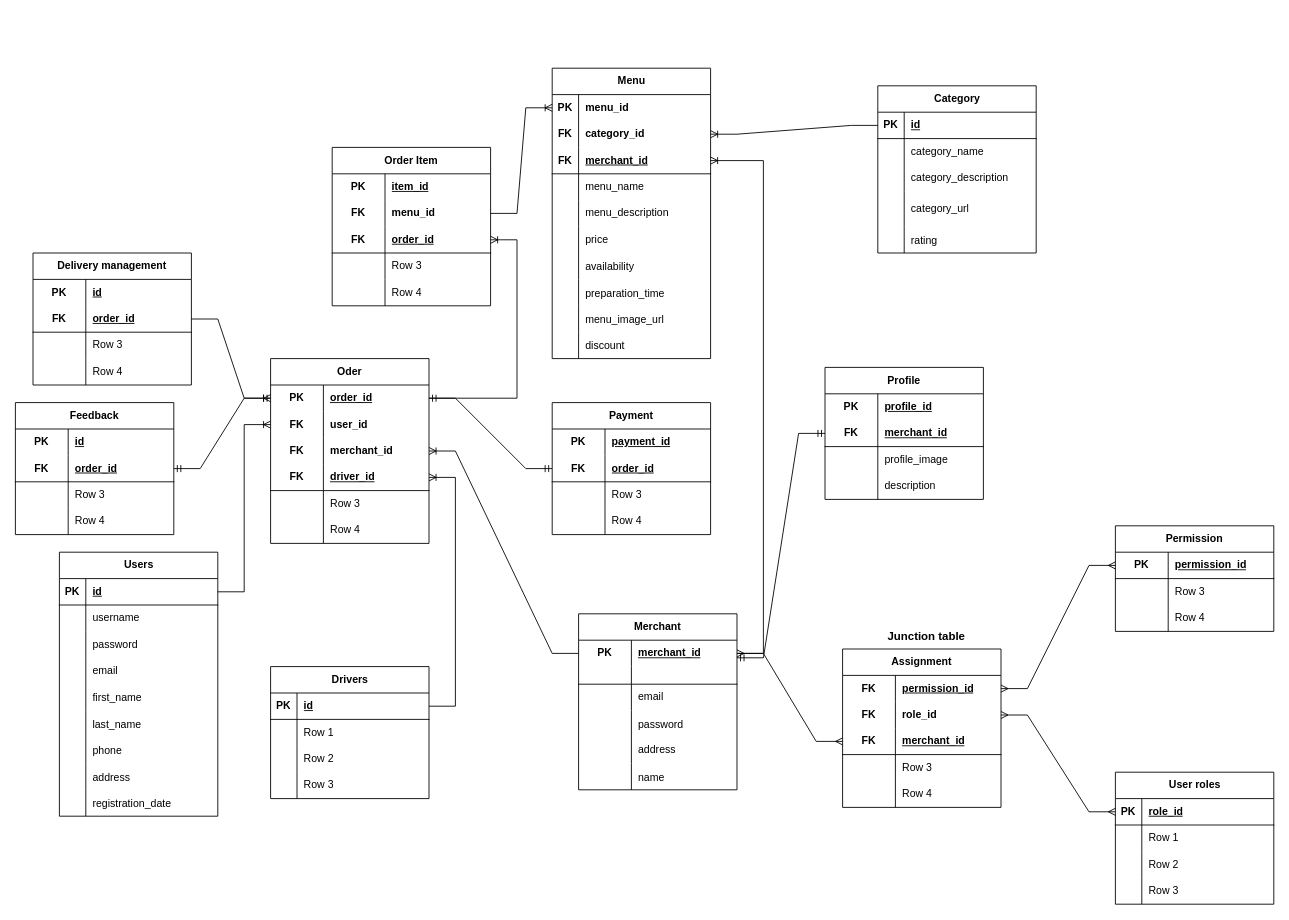
Henri280100/My-Order-App keeps this draw.io diagram as server/src/diagram/Untitled Diagram.drawio. Above is the earlier version. Source tidied: cells renumbered, new cells numbered last; positions are measured from the earlier drawing's top-left corner, leaving out a move shared by most shapes. Both pictures are drawn from the tidied source at 88%, with x=0, y=0 at pixel (15, -3).
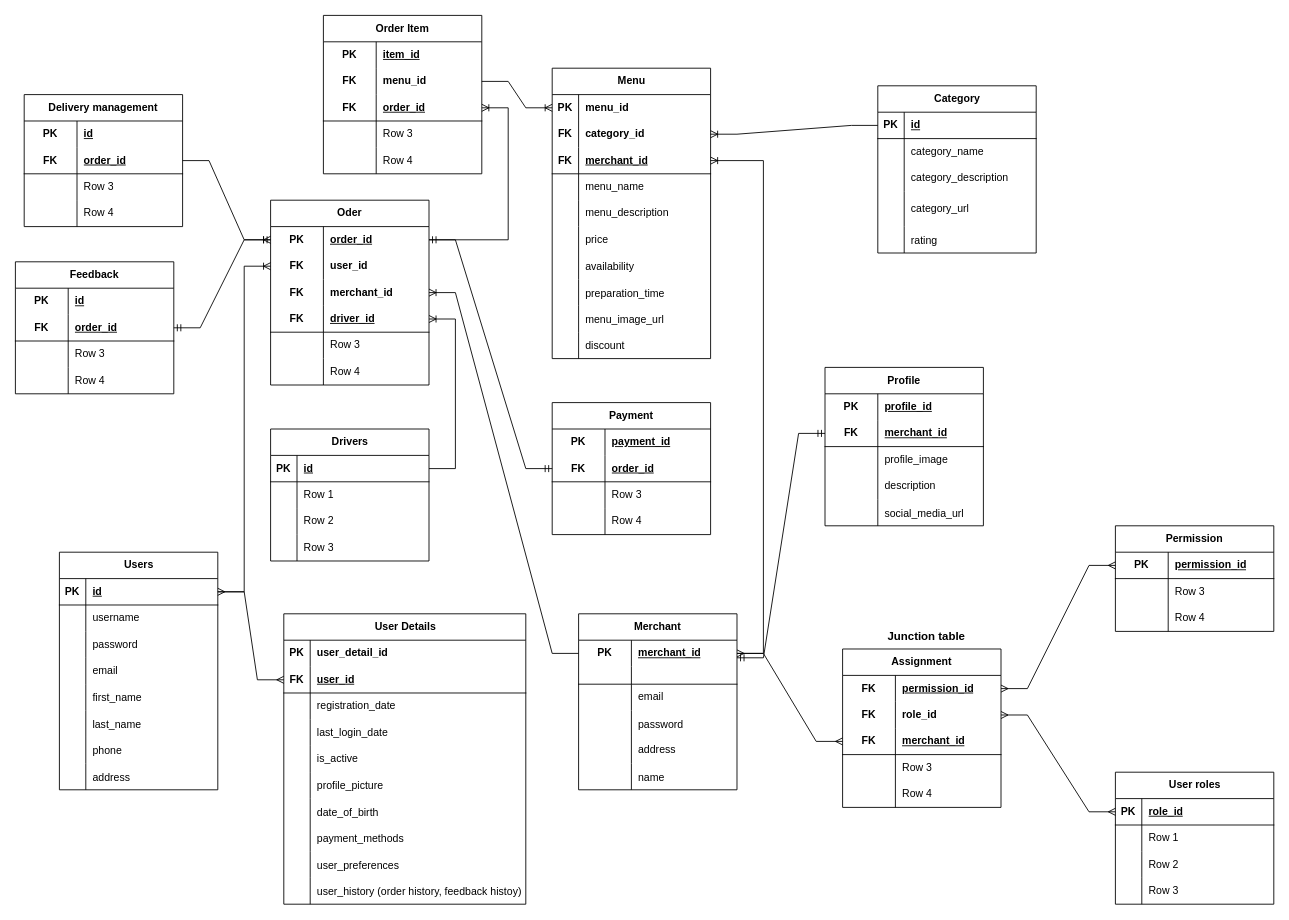
The same page after the edit.

The change refers to these unchanged cells:
```xml
<mxCell id="123" style="shape=tableRow;horizontal=0;startSize=0;swimlaneHead=0;swimlaneBody=0;fillColor=none;points=[[0,0.5],[1,0.5]];portConstraint=eastwest;top=0;left=0;right=0;bottom=1;" parent="122" vertex="1">
  <mxGeometry y="30" width="180" height="30" as="geometry" />
</mxCell>
```

Diff of the diagram source:
```diff
@@
     <mxCell id="52" value="Profile" style="shape=table;startSize=30;childLayout=tableLayout;rowLines=0;fontStyle=1;align=center;html=1;whiteSpace=wrap;" parent="1" vertex="1">
-      <mxGeometry x="920" y="420" width="180" height="150" as="geometry" />
+      <mxGeometry x="920" y="420" width="180" height="180" as="geometry" />
     </mxCell>
@@
+    <mxCell id="250" style="shape=tableRow;horizontal=0;startSize=0;swimlaneHead=0;swimlaneBody=0;fillColor=none;top=0;left=0;right=0;bottom=0;" parent="52" vertex="1">
+      <mxGeometry y="150" width="180" height="30" as="geometry" />
+    </mxCell>
+    <mxCell id="251" style="shape=partialRectangle;fillColor=none;top=0;left=0;bottom=0;right=0;overflow=hidden;" parent="250" vertex="1">
+      <mxGeometry width="60" height="30" as="geometry" />
+    </mxCell>
+    <mxCell id="252" value="social_media_url" style="shape=partialRectangle;fillColor=none;top=0;left=0;bottom=0;right=0;align=left;spacingLeft=6;overflow=hidden;" parent="250" vertex="1">
+      <mxGeometry x="60" width="120" height="30" as="geometry" />
+    </mxCell>
@@
     <mxCell id="67" value="Order Item" style="shape=table;startSize=30;childLayout=tableLayout;rowLines=0;fontStyle=1;align=center;html=1;whiteSpace=wrap;" parent="1" vertex="1">
-      <mxGeometry x="360" y="170" width="180" height="180" as="geometry" />
+      <mxGeometry x="350" y="20" width="180" height="180" as="geometry" />
     </mxCell>
@@
     <mxCell id="83" value="Oder" style="shape=table;startSize=30;childLayout=tableLayout;rowLines=0;fontStyle=1;align=center;html=1;whiteSpace=wrap;" parent="1" vertex="1">
-      <mxGeometry x="290" y="410" width="180" height="210" as="geometry" />
+      <mxGeometry x="290" y="230" width="180" height="210" as="geometry" />
     </mxCell>
@@
     <mxCell id="122" value="Users" style="shape=table;startSize=30;childLayout=tableLayout;rowLines=0;fontStyle=1;align=center;html=1;" parent="1" vertex="1">
-      <mxGeometry x="50" y="630" width="180" height="300" as="geometry" />
+      <mxGeometry x="50" y="630" width="180" height="270" as="geometry" />
     </mxCell>
@@
-    <mxCell id="147" style="shape=tableRow;horizontal=0;startSize=0;swimlaneHead=0;swimlaneBody=0;fillColor=none;top=0;left=0;right=0;bottom=0;" parent="122" vertex="1">
-      <mxGeometry y="270" width="180" height="30" as="geometry" />
-    </mxCell>
-    <mxCell id="148" style="shape=partialRectangle;fillColor=none;top=0;left=0;bottom=0;right=0;overflow=hidden;" parent="147" vertex="1">
-      <mxGeometry width="30" height="30" as="geometry" />
-    </mxCell>
-    <mxCell id="149" value="registration_date" style="shape=partialRectangle;fillColor=none;top=0;left=0;bottom=0;right=0;align=left;spacingLeft=6;overflow=hidden;" parent="147" vertex="1">
-      <mxGeometry x="30" width="150" height="30" as="geometry" />
-    </mxCell>
@@
     <mxCell id="165" value="Feedback" style="shape=table;startSize=30;childLayout=tableLayout;rowLines=0;fontStyle=1;align=center;html=1;whiteSpace=wrap;" parent="1" vertex="1">
-      <mxGeometry y="460" width="180" height="150" as="geometry" />
+      <mxGeometry y="300" width="180" height="150" as="geometry" />
     </mxCell>
@@
     <mxCell id="179" value="Drivers" style="shape=table;startSize=30;childLayout=tableLayout;rowLines=0;fontStyle=1;align=center;html=1;" parent="1" vertex="1">
-      <mxGeometry x="290" y="760" width="180" height="150" as="geometry" />
+      <mxGeometry x="290" y="490" width="180" height="150" as="geometry" />
     </mxCell>
@@
     <mxCell id="236" value="Delivery management " style="shape=table;startSize=30;childLayout=tableLayout;rowLines=0;fontStyle=1;align=center;html=1;whiteSpace=wrap;" parent="1" vertex="1">
-      <mxGeometry x="20" y="290" width="180" height="150" as="geometry" />
+      <mxGeometry x="10" y="110" width="180" height="150" as="geometry" />
     </mxCell>
@@
+    <mxCell id="253" value="User Details" style="shape=table;startSize=30;childLayout=tableLayout;rowLines=0;fontStyle=1;align=center;html=1;" parent="1" vertex="1">
+      <mxGeometry x="305" y="700" width="275" height="330" as="geometry" />
+    </mxCell>
+    <mxCell id="254" style="shape=tableRow;horizontal=0;startSize=0;swimlaneHead=0;swimlaneBody=0;fillColor=none;top=0;left=0;right=0;bottom=0;" parent="253" vertex="1">
+      <mxGeometry y="30" width="275" height="30" as="geometry" />
+    </mxCell>
+    <mxCell id="255" value="PK" style="shape=partialRectangle;fillColor=none;top=0;left=0;bottom=0;right=0;fontStyle=1;overflow=hidden;whiteSpace=wrap;html=1;" parent="254" vertex="1">
+      <mxGeometry width="30" height="30" as="geometry" />
+    </mxCell>
+    <mxCell id="256" value="user_detail_id" style="shape=partialRectangle;fillColor=none;top=0;left=0;bottom=0;right=0;align=left;spacingLeft=6;fontStyle=1;overflow=hidden;whiteSpace=wrap;html=1;" parent="254" vertex="1">
+      <mxGeometry x="30" width="245" height="30" as="geometry" />
+    </mxCell>
+    <mxCell id="257" style="shape=tableRow;horizontal=0;startSize=0;swimlaneHead=0;swimlaneBody=0;fillColor=none;points=[[0,0.5],[1,0.5]];portConstraint=eastwest;top=0;left=0;right=0;bottom=1;" parent="253" vertex="1">
+      <mxGeometry y="60" width="275" height="30" as="geometry" />
+    </mxCell>
+    <mxCell id="258" value="FK" style="shape=partialRectangle;fillColor=none;top=0;left=0;bottom=0;right=0;fontStyle=1;overflow=hidden;whiteSpace=wrap;html=1;" parent="257" vertex="1">
+      <mxGeometry width="30" height="30" as="geometry" />
+    </mxCell>
+    <mxCell id="259" value="user_id" style="shape=partialRectangle;fillColor=none;top=0;left=0;bottom=0;right=0;align=left;spacingLeft=6;fontStyle=5;overflow=hidden;whiteSpace=wrap;html=1;" parent="257" vertex="1">
+      <mxGeometry x="30" width="245" height="30" as="geometry" />
+    </mxCell>
+    <mxCell id="260" style="shape=tableRow;horizontal=0;startSize=0;swimlaneHead=0;swimlaneBody=0;fillColor=none;top=0;left=0;right=0;bottom=0;" parent="253" vertex="1">
+      <mxGeometry y="90" width="275" height="30" as="geometry" />
+    </mxCell>
+    <mxCell id="261" style="shape=partialRectangle;fillColor=none;top=0;left=0;bottom=0;right=0;overflow=hidden;whiteSpace=wrap;html=1;" parent="260" vertex="1">
+      <mxGeometry width="30" height="30" as="geometry" />
+    </mxCell>
+    <mxCell id="149" value="registration_date" style="shape=partialRectangle;fillColor=none;top=0;left=0;bottom=0;right=0;align=left;spacingLeft=6;overflow=hidden;whiteSpace=wrap;html=1;" parent="260" vertex="1">
+      <mxGeometry x="30" width="245" height="30" as="geometry" />
+    </mxCell>
+    <mxCell id="262" style="shape=tableRow;horizontal=0;startSize=0;swimlaneHead=0;swimlaneBody=0;fillColor=none;top=0;left=0;right=0;bottom=0;" parent="253" vertex="1">
+      <mxGeometry y="120" width="275" height="30" as="geometry" />
+    </mxCell>
+    <mxCell id="263" style="shape=partialRectangle;fillColor=none;top=0;left=0;bottom=0;right=0;overflow=hidden;whiteSpace=wrap;html=1;" parent="262" vertex="1">
+      <mxGeometry width="30" height="30" as="geometry" />
+    </mxCell>
+    <mxCell id="264" value="last_login_date" style="shape=partialRectangle;fillColor=none;top=0;left=0;bottom=0;right=0;align=left;spacingLeft=6;overflow=hidden;whiteSpace=wrap;html=1;" parent="262" vertex="1">
+      <mxGeometry x="30" width="245" height="30" as="geometry" />
+    </mxCell>
+    <mxCell id="265" style="shape=tableRow;horizontal=0;startSize=0;swimlaneHead=0;swimlaneBody=0;fillColor=none;top=0;left=0;right=0;bottom=0;" parent="253" vertex="1">
+      <mxGeometry y="150" width="275" height="30" as="geometry" />
+    </mxCell>
+    <mxCell id="266" style="shape=partialRectangle;fillColor=none;top=0;left=0;bottom=0;right=0;overflow=hidden;whiteSpace=wrap;html=1;" parent="265" vertex="1">
+      <mxGeometry width="30" height="30" as="geometry" />
+    </mxCell>
+    <mxCell id="267" value="is_active" style="shape=partialRectangle;fillColor=none;top=0;left=0;bottom=0;right=0;align=left;spacingLeft=6;overflow=hidden;whiteSpace=wrap;html=1;" parent="265" vertex="1">
+      <mxGeometry x="30" width="245" height="30" as="geometry" />
+    </mxCell>
+    <mxCell id="268" style="shape=tableRow;horizontal=0;startSize=0;swimlaneHead=0;swimlaneBody=0;fillColor=none;top=0;left=0;right=0;bottom=0;" parent="253" vertex="1">
+      <mxGeometry y="180" width="275" height="30" as="geometry" />
+    </mxCell>
+    <mxCell id="269" style="shape=partialRectangle;fillColor=none;top=0;left=0;bottom=0;right=0;overflow=hidden;" parent="268" vertex="1">
+      <mxGeometry width="30" height="30" as="geometry" />
+    </mxCell>
+    <mxCell id="270" value="profile_picture" style="shape=partialRectangle;fillColor=none;top=0;left=0;bottom=0;right=0;align=left;spacingLeft=6;overflow=hidden;" parent="268" vertex="1">
+      <mxGeometry x="30" width="245" height="30" as="geometry" />
+    </mxCell>
+    <mxCell id="271" style="shape=tableRow;horizontal=0;startSize=0;swimlaneHead=0;swimlaneBody=0;fillColor=none;top=0;left=0;right=0;bottom=0;" parent="253" vertex="1">
+      <mxGeometry y="210" width="275" height="30" as="geometry" />
+    </mxCell>
+    <mxCell id="272" style="shape=partialRectangle;fillColor=none;top=0;left=0;bottom=0;right=0;overflow=hidden;" parent="271" vertex="1">
+      <mxGeometry width="30" height="30" as="geometry" />
+    </mxCell>
+    <mxCell id="273" value="date_of_birth" style="shape=partialRectangle;fillColor=none;top=0;left=0;bottom=0;right=0;align=left;spacingLeft=6;overflow=hidden;" parent="271" vertex="1">
+      <mxGeometry x="30" width="245" height="30" as="geometry" />
+    </mxCell>
+    <mxCell id="274" style="shape=tableRow;horizontal=0;startSize=0;swimlaneHead=0;swimlaneBody=0;fillColor=none;top=0;left=0;right=0;bottom=0;" parent="253" vertex="1">
+      <mxGeometry y="240" width="275" height="30" as="geometry" />
+    </mxCell>
+    <mxCell id="275" style="shape=partialRectangle;fillColor=none;top=0;left=0;bottom=0;right=0;overflow=hidden;" parent="274" vertex="1">
+      <mxGeometry width="30" height="30" as="geometry" />
+    </mxCell>
+    <mxCell id="276" value="payment_methods" style="shape=partialRectangle;fillColor=none;top=0;left=0;bottom=0;right=0;align=left;spacingLeft=6;overflow=hidden;" parent="274" vertex="1">
+      <mxGeometry x="30" width="245" height="30" as="geometry" />
+    </mxCell>
+    <mxCell id="277" style="shape=tableRow;horizontal=0;startSize=0;swimlaneHead=0;swimlaneBody=0;fillColor=none;top=0;left=0;right=0;bottom=0;" parent="253" vertex="1">
+      <mxGeometry y="270" width="275" height="30" as="geometry" />
+    </mxCell>
+    <mxCell id="278" style="shape=partialRectangle;fillColor=none;top=0;left=0;bottom=0;right=0;overflow=hidden;" parent="277" vertex="1">
+      <mxGeometry width="30" height="30" as="geometry" />
+    </mxCell>
+    <mxCell id="279" value="user_preferences" style="shape=partialRectangle;fillColor=none;top=0;left=0;bottom=0;right=0;align=left;spacingLeft=6;overflow=hidden;" parent="277" vertex="1">
+      <mxGeometry x="30" width="245" height="30" as="geometry" />
+    </mxCell>
+    <mxCell id="280" style="shape=tableRow;horizontal=0;startSize=0;swimlaneHead=0;swimlaneBody=0;fillColor=none;top=0;left=0;right=0;bottom=0;" parent="253" vertex="1">
+      <mxGeometry y="300" width="275" height="30" as="geometry" />
+    </mxCell>
+    <mxCell id="281" style="shape=partialRectangle;fillColor=none;top=0;left=0;bottom=0;right=0;overflow=hidden;" parent="280" vertex="1">
+      <mxGeometry width="30" height="30" as="geometry" />
+    </mxCell>
+    <mxCell id="282" value="user_history (order history, feedback histoy)" style="shape=partialRectangle;fillColor=none;top=0;left=0;bottom=0;right=0;align=left;spacingLeft=6;overflow=hidden;" parent="280" vertex="1">
+      <mxGeometry x="30" width="245" height="30" as="geometry" />
+    </mxCell>
+    <mxCell id="283" style="edgeStyle=entityRelationEdgeStyle;fontSize=12;html=1;endArrow=ERmany;startArrow=ERmany;rounded=0;exitX=0;exitY=0.5;exitDx=0;exitDy=0;" parent="1" edge="1" source="257" target="123">
+      <mxGeometry relative="1" as="geometry" />
+    </mxCell>
```
